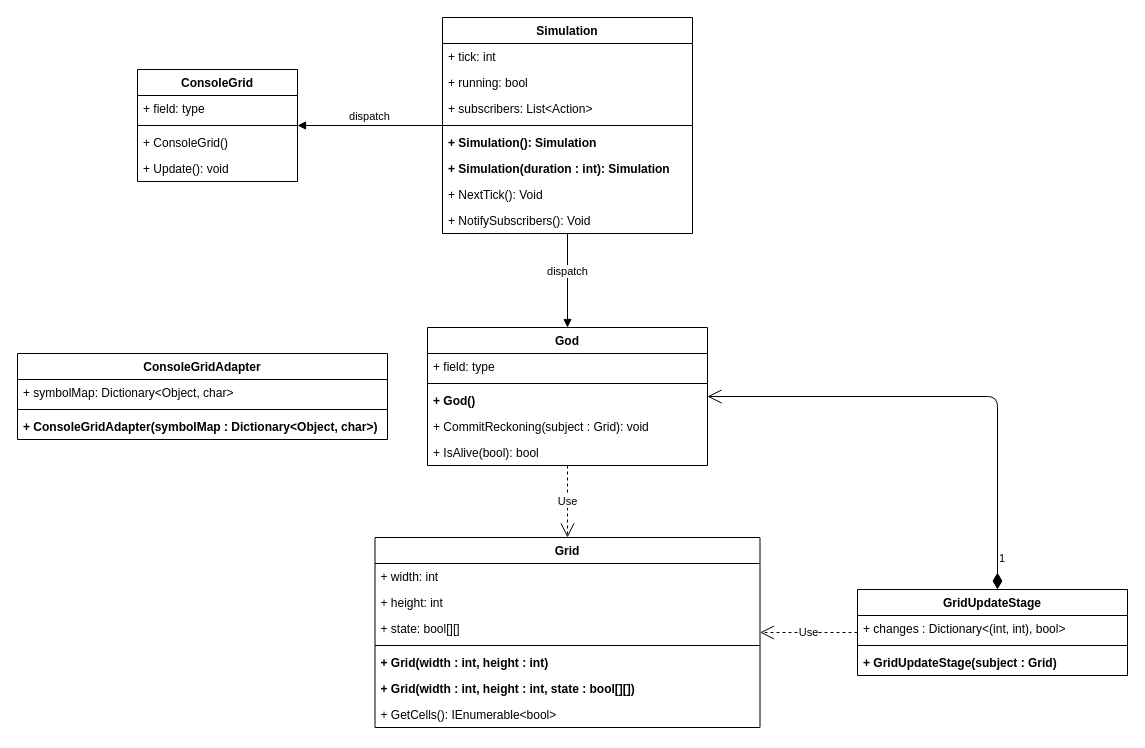
The draw.io diagram class_diagram.drawio in tomvandinther-myob/conways-game-of-life, before the edit. Source tidied: cells renumbered, new cells numbered last; positions are measured from the earlier drawing's top-left corner, leaving out a move shared by most shapes. Both pictures are drawn from the tidied source at 100%, with x=0, y=0 at pixel (17, 17).
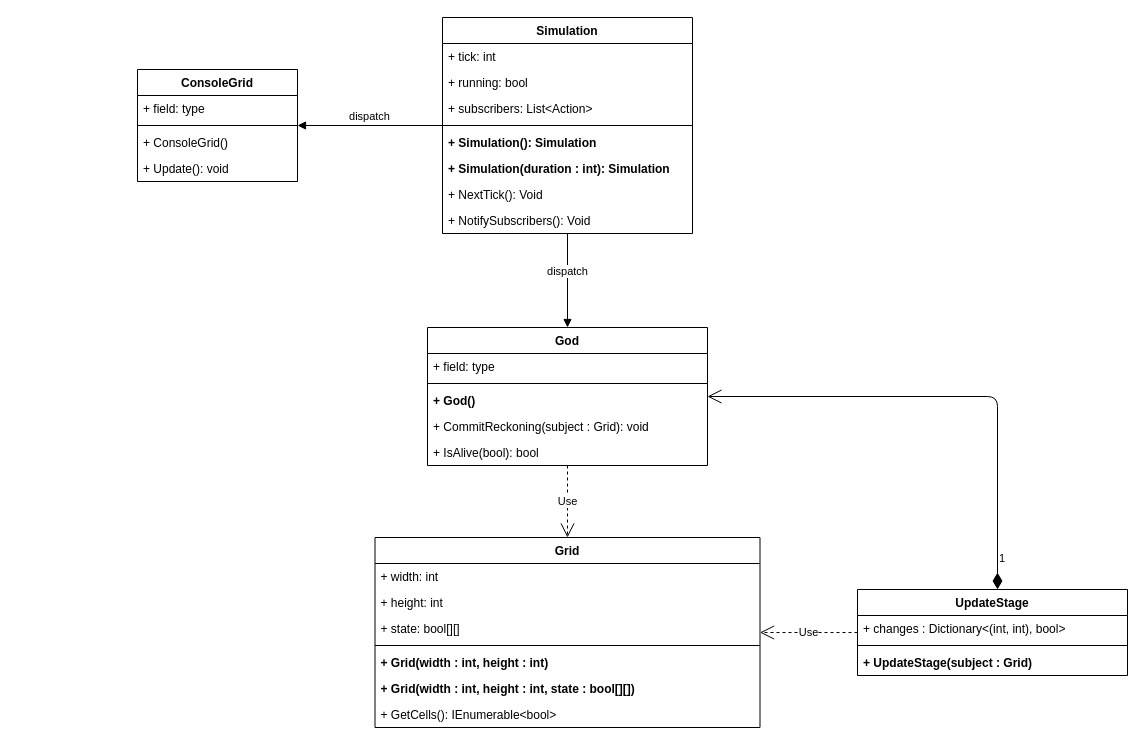
The same diagram, later.

Commit message (it also covers changes not shown here):
implemented cell dictionary and first tests

Change to the diagram source:
```diff
@@
-    <mxCell id="19" value="GridUpdateStage" style="swimlane;fontStyle=1;align=center;verticalAlign=top;horizontal=1;startSize=26;" parent="1" vertex="1">
+    <mxCell id="19" value="UpdateStage" style="swimlane;fontStyle=1;align=center;verticalAlign=top;horizontal=1;startSize=26;" parent="1" vertex="1">
       <mxGeometry x="840" y="572" width="270" height="86" as="geometry" />
     </mxCell>
@@
-    <mxCell id="22" value="+ GridUpdateStage(subject : Grid)" style="text;strokeColor=none;fillColor=none;align=left;verticalAlign=top;spacingLeft=4;spacingRight=4;overflow=hidden;fontStyle=1;" parent="19" vertex="1">
+    <mxCell id="22" value="+ UpdateStage(subject : Grid)" style="text;strokeColor=none;fillColor=none;align=left;verticalAlign=top;spacingLeft=4;spacingRight=4;overflow=hidden;fontStyle=1;" parent="19" vertex="1">
       <mxGeometry y="60" width="270" height="26" as="geometry" />
     </mxCell>
@@
-    <mxCell id="39" value="ConsoleGridAdapter" style="swimlane;fontStyle=1;align=center;verticalAlign=top;horizontal=1;startSize=26;" parent="1" vertex="1">
-      <mxGeometry y="336" width="370" height="86" as="geometry" />
-    </mxCell>
-    <mxCell id="40" value="+ symbolMap: Dictionary&lt;Object, char&gt;" style="text;strokeColor=none;fillColor=none;align=left;verticalAlign=top;spacingLeft=4;spacingRight=4;overflow=hidden;" parent="39" vertex="1">
-      <mxGeometry y="26" width="370" height="26" as="geometry" />
-    </mxCell>
-    <mxCell id="41" style="line;strokeWidth=1;fillColor=none;align=left;verticalAlign=middle;spacingTop=-1;spacingLeft=3;spacingRight=3;labelPosition=right;" parent="39" vertex="1">
-      <mxGeometry y="52" width="370" height="8" as="geometry" />
-    </mxCell>
-    <mxCell id="42" value="+ ConsoleGridAdapter(symbolMap : Dictionary&lt;Object, char&gt;)" style="text;strokeColor=none;fillColor=none;align=left;verticalAlign=top;spacingLeft=4;spacingRight=4;overflow=hidden;fontStyle=1;" parent="39" vertex="1">
-      <mxGeometry y="60" width="370" height="26" as="geometry" />
-    </mxCell>
```
